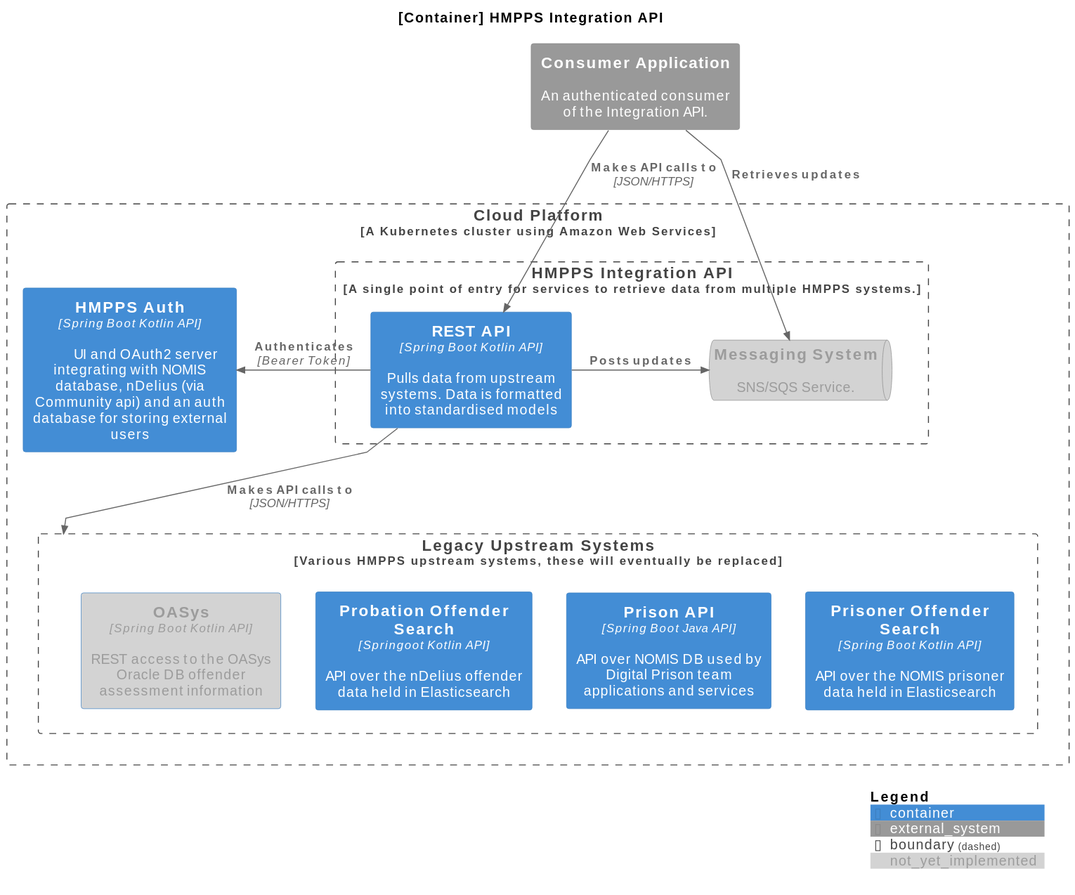
This is docs/diagrams/container.svg from ministryofjustice/hmpps-integration-api, a PlantUML export, as it was before one commit.
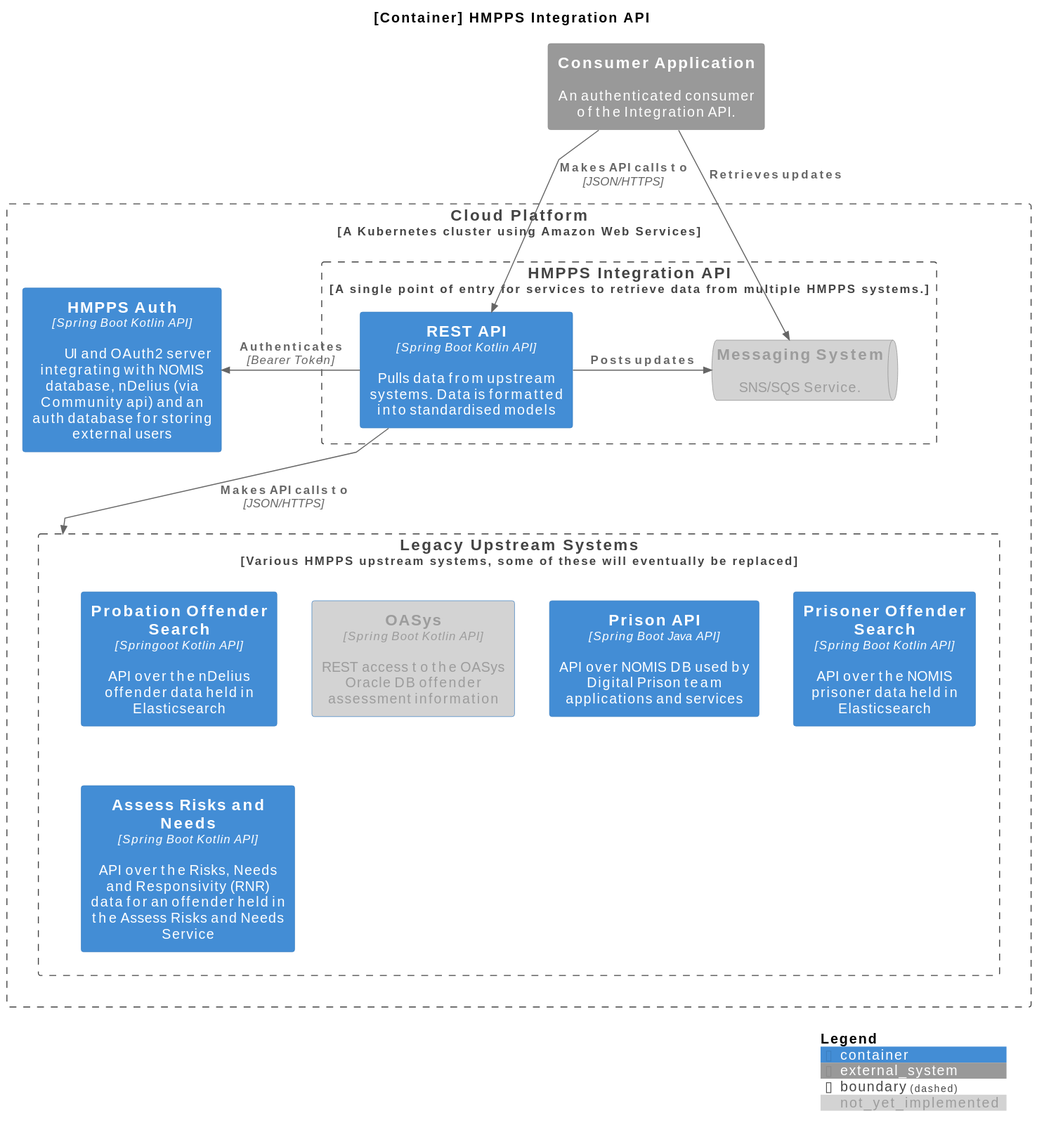
Above is the later version.

Commit message:
updated the diagram to include a meaningful ARN section

What changed in the source:
```diff
@@ -17,11 +17,12 @@
 
     Container(hmpps_auth, "HMPPS Auth", "Spring Boot Kotlin API", "	UI and OAuth2 server integrating with NOMIS database, nDelius (via Community api) and an auth database for storing external users", $link="https://github.com/ministryofjustice/hmpps-auth")
 
-    Boundary(upstream, "Legacy Upstream Systems", "Various HMPPS upstream systems, these will eventually be replaced"){
+    Boundary(upstream, "Legacy Upstream Systems", "Various HMPPS upstream systems, some of these will eventually be replaced"){
         Container(prison_api, "Prison API", "Spring Boot Java API", "API over NOMIS DB used by Digital Prison team applications and services", $link="https://github.com/ministryofjustice/prison-api")
         Container(probation_offender_search, "Probation Offender Search", "Springoot Kotlin API", "API over the nDelius offender data held in Elasticsearch", $link="https://probation-offender-search-dev.hmpps.service.justice.gov.uk/swagger-ui/index.html")
         Container(prison_offender_search, "Prisoner Offender Search", "Spring Boot Kotlin API", "API over the NOMIS prisoner data held in Elasticsearch", $link="https://github.com/ministryofjustice/prisoner-offender-search")
         Container(oasys, "OASys", "Spring Boot Kotlin API", "REST access to the OASys Oracle DB offender assessment information", $link="https://github.com/ministryofjustice/offender-assessments-api-kotlin", $tags="not_yet_implemented")
+        Container(oasys_arn, "Assess Risks and Needs", "Spring Boot Kotlin API", "API over the Risks, Needs and Responsivity (RNR) data for an offender held in the Assess Risks and Needs Service", $link="https://github.com/ministryofjustice/hmpps-assess-risks-and-needs")
         Lay_L(prison_offender_search, prison_api)
     }
 }
```
